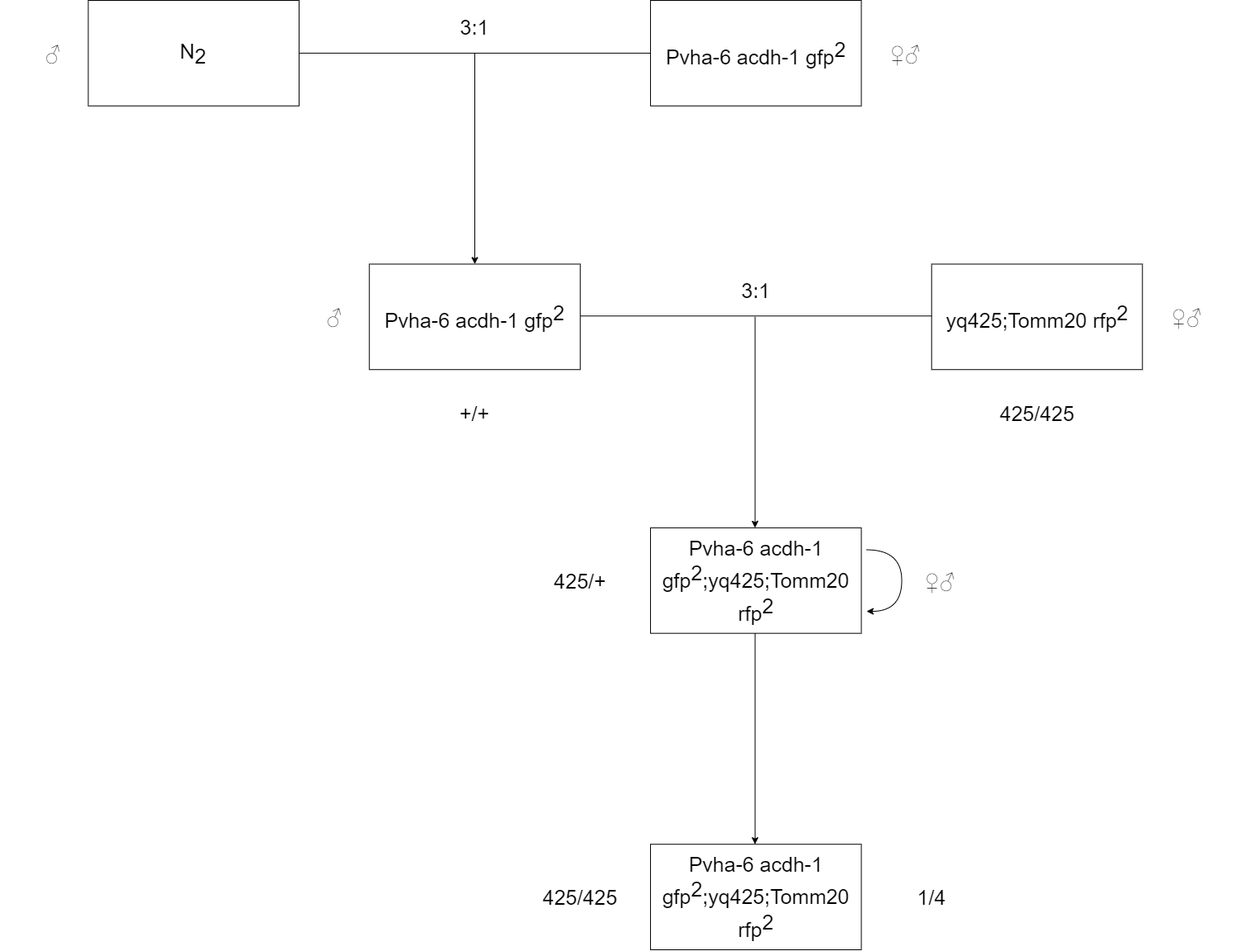
Above: docs/biology/note/cross.drawio.png in YangguangZhou/note (draw.io), before the change. Source tidied: cells renumbered, new cells last; positions are measured from the earlier drawing's top-left corner, leaving out a move shared by most shapes.
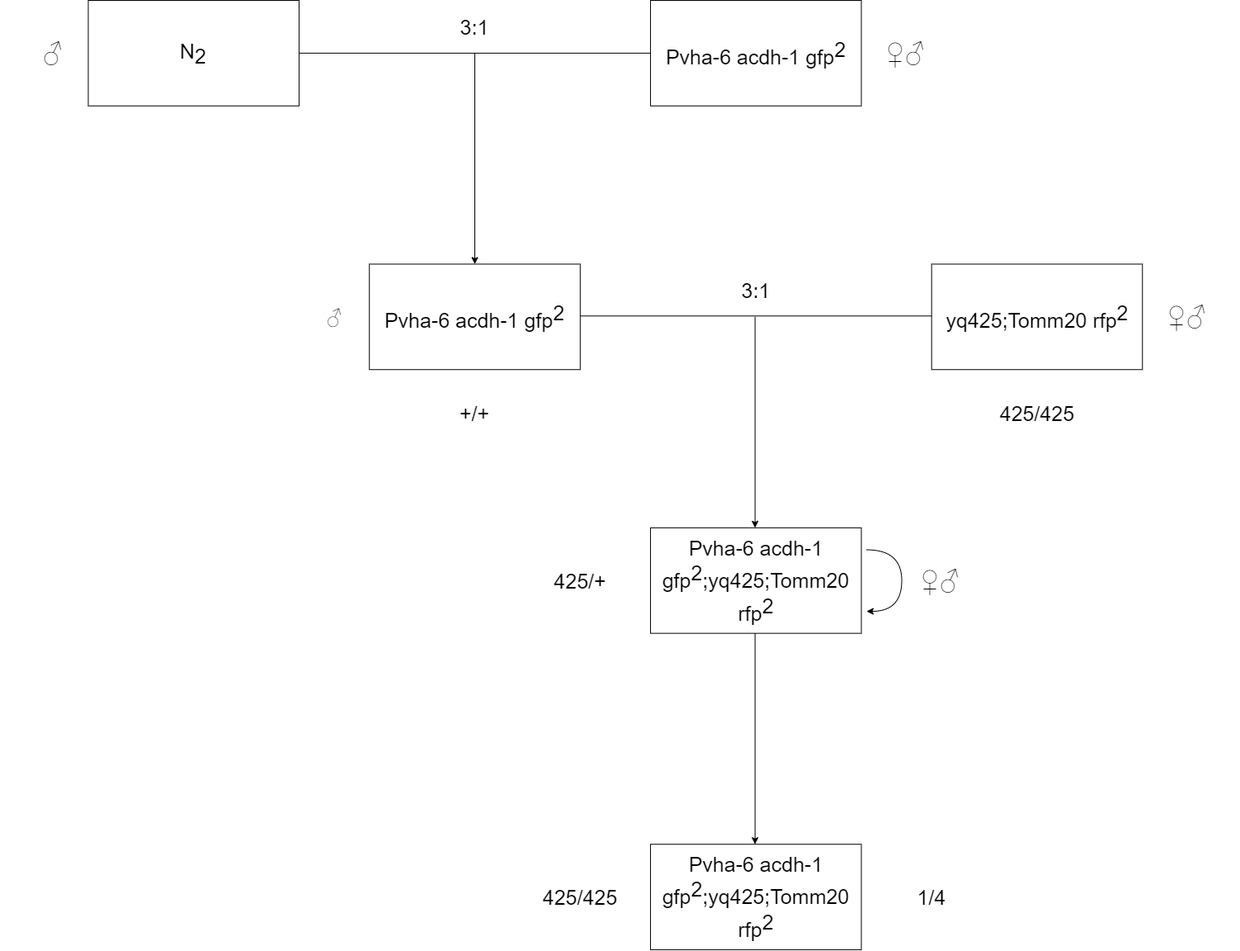
The same file after the commit.

Change to the diagram source:
```diff
@@ -76,19 +76,19 @@
     <mxCell id="19" value="425/425" style="text;html=1;strokeColor=none;fillColor=none;align=center;verticalAlign=middle;whiteSpace=wrap;rounded=0;fontSize=25;fontColor=#000000;" parent="2" vertex="1">
       <mxGeometry x="638.9" y="1054.2" width="127.8" height="63.9" as="geometry" />
     </mxCell>
-    <mxCell id="20" value="♂" style="text;html=1;strokeColor=none;fillColor=none;align=center;verticalAlign=middle;whiteSpace=wrap;rounded=0;fontSize=25;fontColor=#000000;" parent="2" vertex="1">
+    <mxCell id="20" value="♂" style="text;html=1;strokeColor=none;fillColor=none;align=center;verticalAlign=middle;whiteSpace=wrap;rounded=0;fontSize=32;fontColor=#000000;" parent="2" vertex="1">
       <mxGeometry y="31.9" width="127.8" height="63.9" as="geometry" />
     </mxCell>
     <mxCell id="21" value="♂" style="text;html=1;strokeColor=none;fillColor=none;align=center;verticalAlign=middle;whiteSpace=wrap;rounded=0;fontSize=25;fontColor=#000000;fontStyle=0;fontFamily=Helvetica;" parent="2" vertex="1">
       <mxGeometry x="340.7" y="351.4" width="127.8" height="63.9" as="geometry" />
     </mxCell>
-    <mxCell id="22" value="♀♂" style="text;html=1;strokeColor=none;fillColor=none;align=center;verticalAlign=middle;whiteSpace=wrap;rounded=0;fontSize=25;fontColor=#000000;" parent="2" vertex="1">
+    <mxCell id="22" value="♀♂" style="text;html=1;strokeColor=none;fillColor=none;align=center;verticalAlign=middle;whiteSpace=wrap;rounded=0;fontSize=32;fontColor=#000000;" parent="2" vertex="1">
       <mxGeometry x="1032.9" y="31.9" width="127.8" height="63.9" as="geometry" />
     </mxCell>
-    <mxCell id="23" value="♀♂" style="text;html=1;strokeColor=none;fillColor=none;align=center;verticalAlign=middle;whiteSpace=wrap;rounded=0;fontSize=25;fontColor=#000000;" parent="2" vertex="1">
+    <mxCell id="23" value="♀♂" style="text;html=1;strokeColor=none;fillColor=none;align=center;verticalAlign=middle;whiteSpace=wrap;rounded=0;fontSize=32;fontColor=#000000;" parent="2" vertex="1">
       <mxGeometry x="1373.6" y="351.4" width="127.8" height="63.9" as="geometry" />
     </mxCell>
-    <mxCell id="24" value="♀♂" style="text;html=1;strokeColor=none;fillColor=none;align=center;verticalAlign=middle;whiteSpace=wrap;rounded=0;fontSize=25;fontColor=#000000;" parent="2" vertex="1">
+    <mxCell id="24" value="♀♂" style="text;html=1;strokeColor=none;fillColor=none;align=center;verticalAlign=middle;whiteSpace=wrap;rounded=0;fontSize=32;fontColor=#000000;" parent="2" vertex="1">
       <mxGeometry x="1075.5" y="670.8" width="127.8" height="63.9" as="geometry" />
     </mxCell>
     <mxCell id="25" value="3:1" style="text;html=1;strokeColor=none;fillColor=none;align=center;verticalAlign=middle;whiteSpace=wrap;rounded=0;fontSize=25;fontColor=#000000;" parent="2" vertex="1">
```
